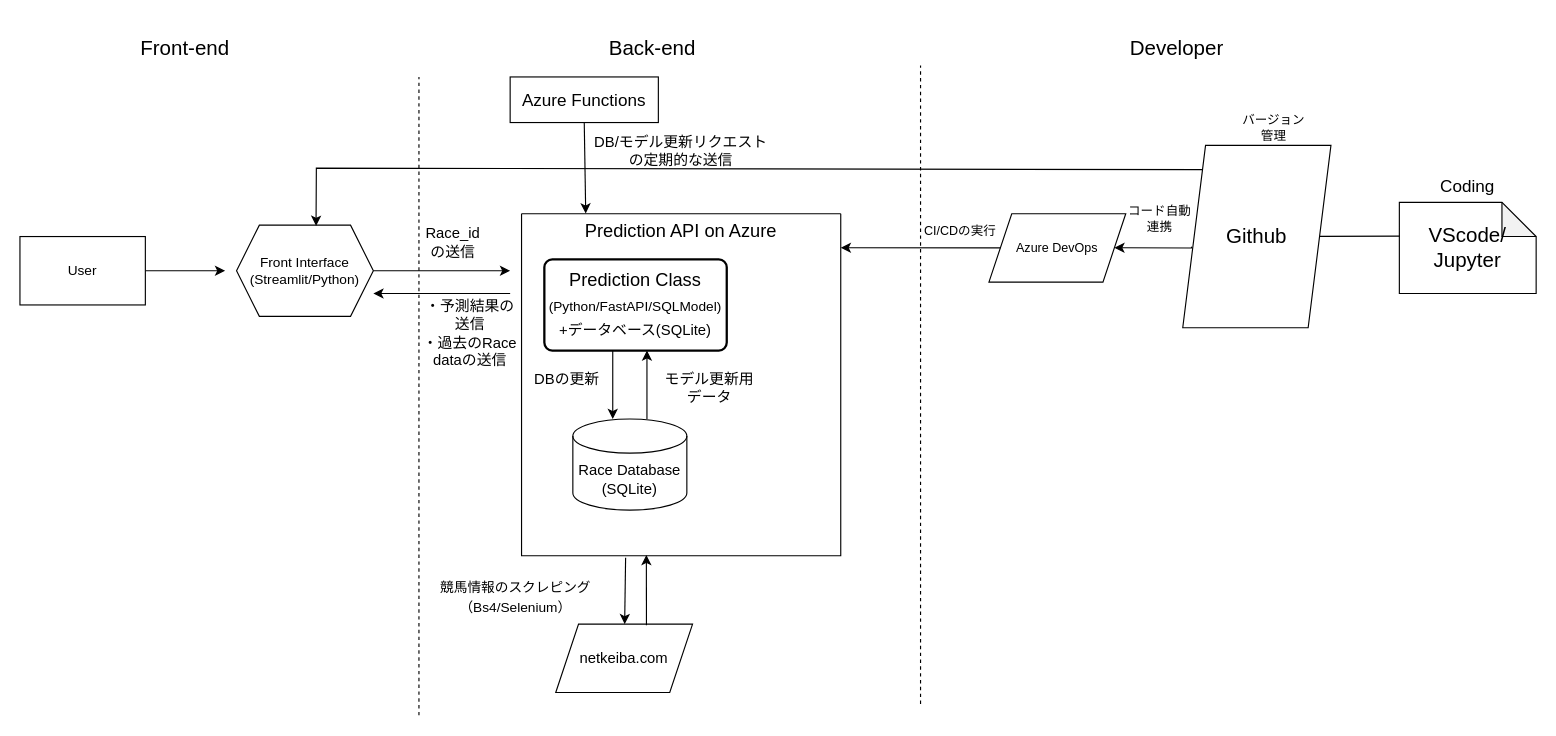
Before: overview/Overview.drawio in kaish-yo/fastapi-horseracepred, a draw.io diagram. Source tidied: cells renumbered, new cells numbered last; positions are measured from the earlier drawing's top-left corner, leaving out a move shared by most shapes. Both pictures are drawn from the tidied source at 114%, with x=0, y=0 at pixel (19, 19).
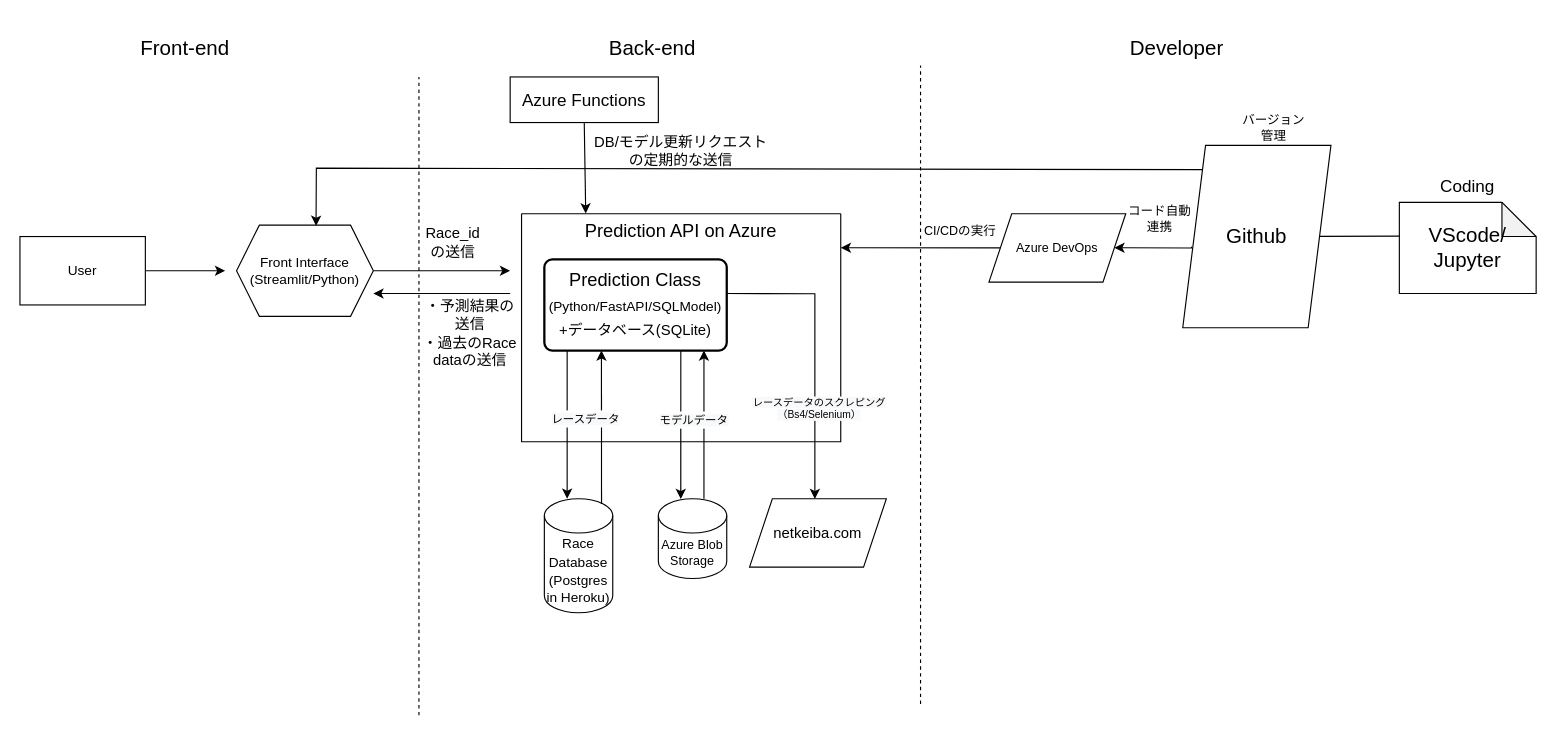
The same diagram, later.

Unchanged cells that the change refers to:
```xml
<mxCell id="12" value="&lt;font style=&quot;font-size: 13px&quot;&gt;&lt;font style=&quot;font-size: 16px&quot;&gt;P&lt;/font&gt;&lt;span style=&quot;font-size: 16px&quot;&gt;rediction Class&lt;br&gt;&lt;/span&gt;&lt;font style=&quot;font-size: 12px&quot;&gt;(Python/FastAPI/SQLModel)&lt;/font&gt;&lt;br&gt;&lt;span&gt;+データベース(SQLite)&lt;/span&gt;&lt;br&gt;&lt;/font&gt;" style="rounded=1;whiteSpace=wrap;html=1;absoluteArcSize=1;arcSize=14;strokeWidth=2;fontSize=18;" parent="11" vertex="1">
  <mxGeometry x="20" y="40" width="160" height="80" as="geometry" />
</mxCell>
```

Change to the diagram source:
```diff
@@
     <mxCell id="11" style="swimlane;startSize=0;fontSize=13;" parent="1" vertex="1">
-      <mxGeometry x="440" y="170" width="280" height="300" as="geometry" />
+      <mxGeometry x="440" y="170" width="280" height="200" as="geometry" />
     </mxCell>
@@
-    <mxCell id="13" style="edgeStyle=orthogonalEdgeStyle;rounded=0;jettySize=auto;html=1;fontSize=13;" parent="11" edge="1" source="14" target="12">
-      <mxGeometry relative="1" as="geometry">
-        <Array as="points">
-          <mxPoint x="110" y="150" />
-          <mxPoint x="110" y="150" />
-        </Array>
-      </mxGeometry>
-    </mxCell>
-    <mxCell id="14" value="Race Database&lt;br&gt;(SQLite)" style="shape=cylinder3;whiteSpace=wrap;html=1;boundedLbl=1;backgroundOutline=1;size=15;fontSize=13;" parent="11" vertex="1">
-      <mxGeometry x="45" y="180" width="100" height="80" as="geometry" />
-    </mxCell>
-    <mxCell id="15" value="モデル更新用データ" style="text;html=1;strokeColor=none;fillColor=none;align=center;verticalAlign=middle;whiteSpace=wrap;rounded=0;fontSize=13;" parent="11" vertex="1">
-      <mxGeometry x="120" y="135" width="90" height="35" as="geometry" />
-    </mxCell>
-    <mxCell id="16" style="endArrow=classic;html=1;rounded=0;fontSize=13;entryX=0.35;entryY=0;entryDx=0;entryDy=0;entryPerimeter=0;" parent="11" edge="1" target="14">
-      <mxGeometry relative="1" as="geometry">
-        <mxPoint x="80" y="120" as="sourcePoint" />
-      </mxGeometry>
-    </mxCell>
-    <mxCell id="17" value="DBの更新" style="text;html=1;strokeColor=none;fillColor=none;align=center;verticalAlign=middle;whiteSpace=wrap;rounded=0;fontSize=13;" parent="11" vertex="1">
-      <mxGeometry x="10" y="130" width="60" height="30" as="geometry" />
-    </mxCell>
@@
+    <mxCell id="40" style="endArrow=classic;html=1;rounded=0;fontSize=13;entryX=0.328;entryY=0.003;entryDx=0;entryDy=0;entryPerimeter=0;" parent="11" edge="1" target="43">
+      <mxGeometry relative="1" as="geometry">
+        <mxPoint x="139.7" y="120" as="sourcePoint" />
+      </mxGeometry>
+    </mxCell>
+    <mxCell id="24" style="endArrow=classic;html=1;rounded=0;fontSize=15;exitX=1.017;exitY=0.373;exitDx=0;exitDy=0;exitPerimeter=0;" parent="11" edge="1">
+      <mxGeometry relative="1" as="geometry">
+        <mxPoint x="180" y="70" as="sourcePoint" />
+        <mxPoint x="257.3" y="250.2" as="targetPoint" />
+        <Array as="points">
+          <mxPoint x="257.3" y="70.2" />
+        </Array>
+      </mxGeometry>
+    </mxCell>
+    <mxCell id="41" value="&lt;font style=&quot;font-size: 9px&quot;&gt;&lt;span style=&quot;background-color: rgb(248 , 249 , 250) ; font-size: 9px&quot;&gt;レースデータのスクレピング&lt;/span&gt;&lt;br style=&quot;background-color: rgb(248 , 249 , 250) ; font-size: 9px&quot;&gt;&lt;span style=&quot;background-color: rgb(248 , 249 , 250) ; font-size: 9px&quot;&gt;（Bs4/Selenium）&lt;/span&gt;&lt;/font&gt;" style="edgeLabel;html=1;align=center;verticalAlign=middle;fontSize=6;" parent="24" vertex="1">
+      <mxGeometry x="-0.42" y="-1" relative="1" as="geometry">
+        <mxPoint x="6" y="99" as="offset" />
+      </mxGeometry>
+    </mxCell>
@@
-    <mxCell id="21" value="&lt;font style=&quot;font-size: 12px&quot;&gt;競馬情報のスクレピング&lt;br&gt;（Bs4/Selenium）&lt;br&gt;&lt;/font&gt;" style="text;html=1;strokeColor=none;fillColor=none;align=center;verticalAlign=middle;whiteSpace=wrap;rounded=0;fontSize=15;" parent="1" vertex="1">
-      <mxGeometry x="340" y="490" width="190" height="30" as="geometry" />
-    </mxCell>
@@
     <mxCell id="23" value="netkeiba.com" style="shape=parallelogram;perimeter=parallelogramPerimeter;whiteSpace=wrap;html=1;fixedSize=1;fontSize=13;" parent="1" vertex="1">
-      <mxGeometry x="470" y="530" width="120" height="60" as="geometry" />
+      <mxGeometry x="640" y="420" width="120" height="60" as="geometry" />
     </mxCell>
-    <mxCell id="24" style="endArrow=classic;html=1;rounded=0;fontSize=15;exitX=0.326;exitY=1.006;exitDx=0;exitDy=0;exitPerimeter=0;" parent="1" edge="1" source="11" target="23">
-      <mxGeometry relative="1" as="geometry" />
-    </mxCell>
-    <mxCell id="25" style="endArrow=classic;html=1;rounded=0;fontSize=15;exitX=0.663;exitY=0.017;exitDx=0;exitDy=0;exitPerimeter=0;entryX=0.391;entryY=0.998;entryDx=0;entryDy=0;entryPerimeter=0;" parent="1" edge="1" source="23" target="11">
-      <mxGeometry relative="1" as="geometry" />
-    </mxCell>
@@
+    <mxCell id="14" value="&lt;font style=&quot;font-size: 12px&quot;&gt;Race Database&lt;br&gt;(Postgres in Heroku)&lt;/font&gt;" style="shape=cylinder3;whiteSpace=wrap;html=1;boundedLbl=1;backgroundOutline=1;size=15;fontSize=13;" parent="1" vertex="1">
+      <mxGeometry x="460" y="420" width="60" height="100" as="geometry" />
+    </mxCell>
+    <mxCell id="16" style="endArrow=classic;html=1;rounded=0;fontSize=13;" parent="1" edge="1">
+      <mxGeometry relative="1" as="geometry">
+        <mxPoint x="480" y="290" as="sourcePoint" />
+        <mxPoint x="480" y="420" as="targetPoint" />
+        <Array as="points">
+          <mxPoint x="480" y="420" />
+        </Array>
+      </mxGeometry>
+    </mxCell>
+    <mxCell id="13" style="endArrow=classic;html=1;rounded=0;fontSize=15;exitX=0.836;exitY=0.046;exitDx=0;exitDy=0;exitPerimeter=0;entryX=0.313;entryY=1;entryDx=0;entryDy=0;entryPerimeter=0;" parent="1" edge="1" source="14" target="12">
+      <mxGeometry relative="1" as="geometry" />
+    </mxCell>
+    <mxCell id="42" value="&lt;span style=&quot;font-size: 10px ; background-color: rgb(248 , 249 , 250)&quot;&gt;レースデータ&lt;/span&gt;" style="edgeLabel;html=1;align=center;verticalAlign=middle;fontSize=12;" parent="13" vertex="1">
+      <mxGeometry x="-0.13" relative="1" as="geometry">
+        <mxPoint x="-15" y="-16" as="offset" />
+      </mxGeometry>
+    </mxCell>
+    <mxCell id="43" value="Azure Blob Storage" style="shape=cylinder3;whiteSpace=wrap;html=1;boundedLbl=1;backgroundOutline=1;size=15;fontSize=11;" parent="1" vertex="1">
+      <mxGeometry x="560" y="420" width="60" height="70" as="geometry" />
+    </mxCell>
+    <mxCell id="44" style="endArrow=classic;html=1;rounded=0;fontSize=15;entryX=0.313;entryY=1;entryDx=0;entryDy=0;entryPerimeter=0;" parent="1" edge="1">
+      <mxGeometry relative="1" as="geometry">
+        <mxPoint x="600" y="420" as="sourcePoint" />
+        <mxPoint x="600" y="290" as="targetPoint" />
+      </mxGeometry>
+    </mxCell>
+    <mxCell id="45" value="&lt;span style=&quot;font-size: 10px ; background-color: rgb(248 , 249 , 250)&quot;&gt;モデルデータ&lt;/span&gt;" style="edgeLabel;html=1;align=center;verticalAlign=middle;fontSize=12;" parent="44" vertex="1">
+      <mxGeometry x="-0.13" relative="1" as="geometry">
+        <mxPoint x="-10" y="-13" as="offset" />
+      </mxGeometry>
+    </mxCell>
```
